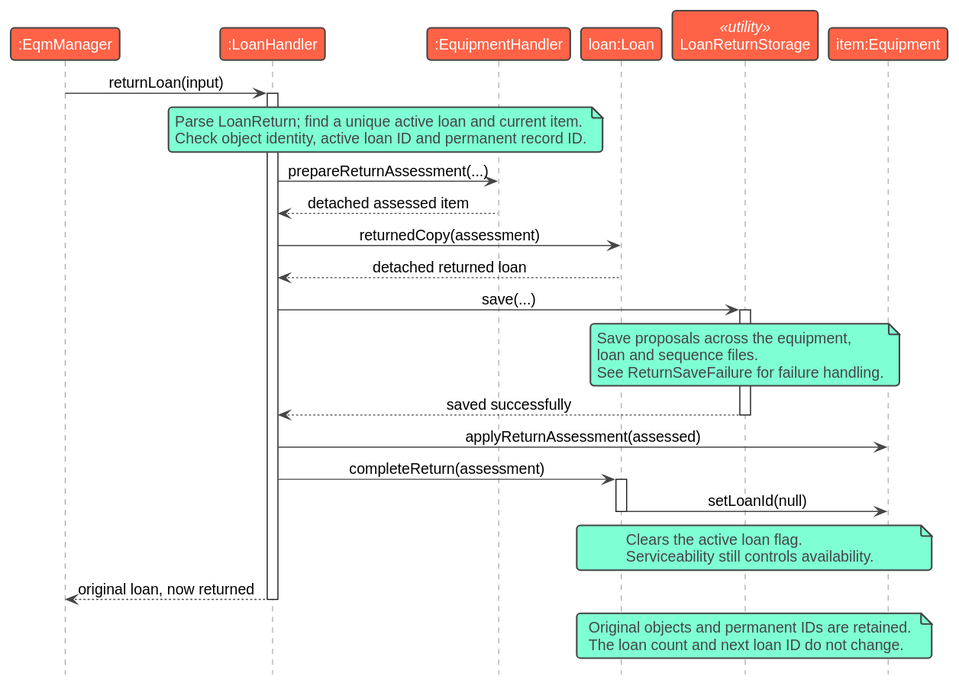
This is docs/images/ReturnSequence.svg from AY2627S1-CS2113-W13-1/tp, a PlantUML export, as it was before one commit.
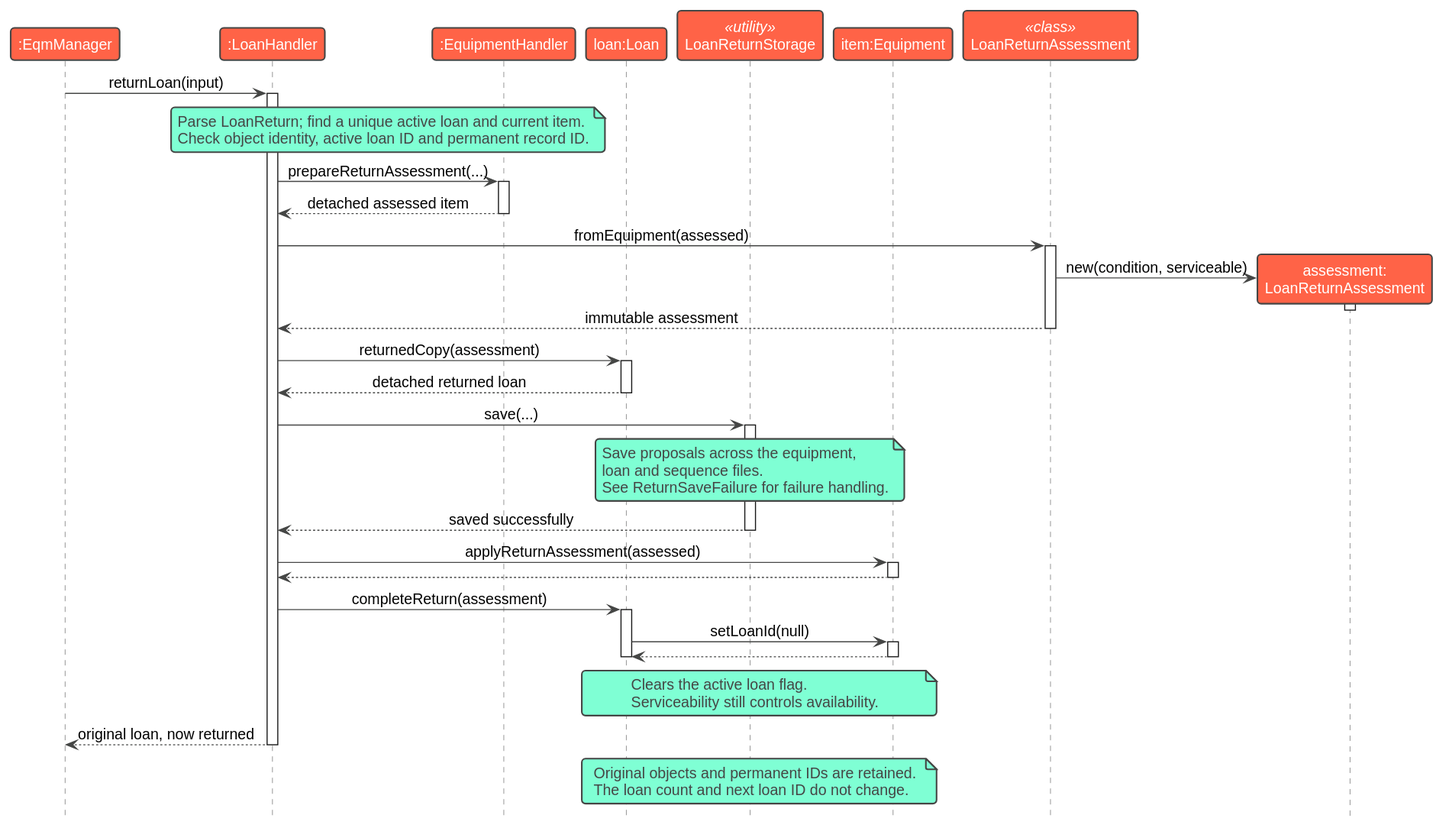
The same diagram one commit later.

Diff of the diagram source:
```diff
@@ -10,6 +10,8 @@
 participant "loan:Loan" as Loan
 participant "LoanReturnStorage" as Store <<utility>>
 participant "item:Equipment" as Item
+participant "LoanReturnAssessment" as AssessmentClass <<class>>
+participant "assessment:\nLoanReturnAssessment" as Assessment
 
 Manager -> Handler: returnLoan(input)
 activate Handler
@@ -18,9 +20,21 @@
 Check object identity, active loan ID and permanent record ID.
 end note
 Handler -> Inventory: prepareReturnAssessment(...)
+activate Inventory
 Inventory --> Handler: detached assessed item
+deactivate Inventory
+Handler -> AssessmentClass: fromEquipment(assessed)
+activate AssessmentClass
+create Assessment
+AssessmentClass -> Assessment: new(condition, serviceable)
+activate Assessment
+deactivate Assessment
+AssessmentClass --> Handler: immutable assessment
+deactivate AssessmentClass
 Handler -> Loan: returnedCopy(assessment)
+activate Loan
 Loan --> Handler: detached returned loan
+deactivate Loan
 Handler -> Store: save(...)
 activate Store
 note over Store
@@ -31,9 +45,15 @@
 Store --> Handler: saved successfully
 deactivate Store
 Handler -> Item: applyReturnAssessment(assessed)
+activate Item
+Item --> Handler
+deactivate Item
 Handler -> Loan: completeReturn(assessment)
 activate Loan
 Loan -> Item: setLoanId(null)
+activate Item
+Item --> Loan
+deactivate Item
 note over Loan, Item
 Clears the active loan flag.
 Serviceability still controls availability.
```
